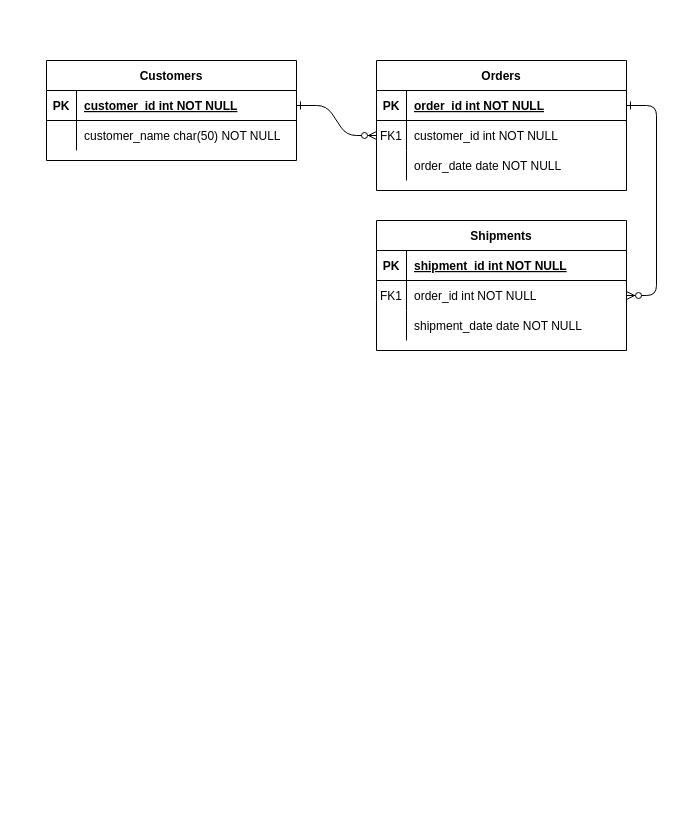
Before: CRM.drawio in ArunSelvaraj191/crm_draw.io, a draw.io diagram. Source tidied: cells renumbered, new cells numbered last; positions are measured from the earlier drawing's top-left corner, leaving out a move shared by most shapes. Both pictures are drawn from the tidied source at 100%, with x=0, y=0 at pixel (46, 60).
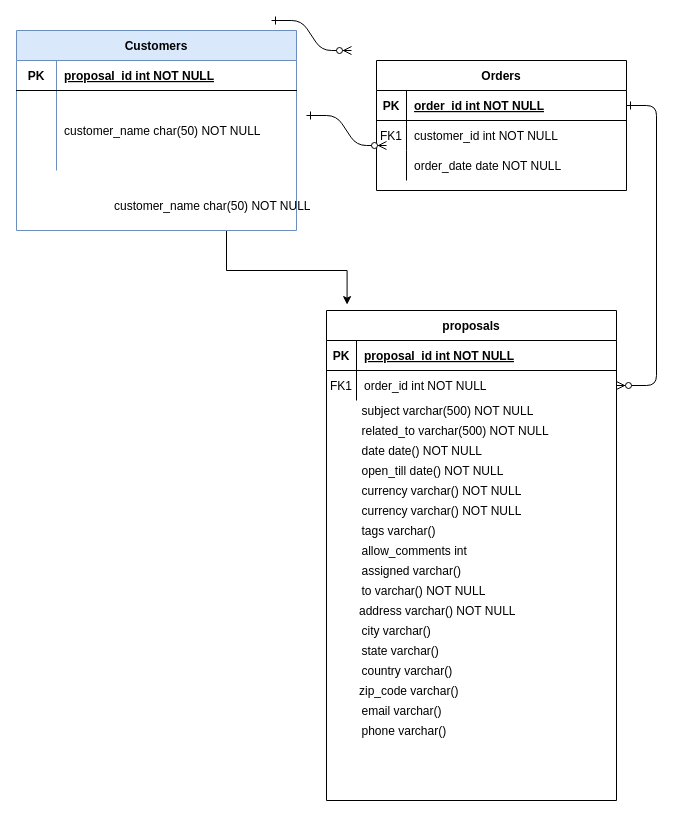
The same diagram, later.

Unchanged cells that the change refers to:
```xml
<mxCell id="5" style="shape=partialRectangle;fillColor=none;points=[[0,0.5],[1,0.5]];portConstraint=eastwest;top=0;left=0;right=0;bottom=1;" parent="4" vertex="1">
  <mxGeometry y="30" width="250" height="30" as="geometry" />
</mxCell>
<mxCell id="8" style="shape=partialRectangle;fillColor=none;points=[[0,0.5],[1,0.5]];portConstraint=eastwest;top=0;left=0;right=0;bottom=0;" parent="4" vertex="1">
  <mxGeometry y="60" width="250" height="30" as="geometry" />
</mxCell>
```

The edit, as a diff of the source:
```diff
@@
-    <mxCell id="2" style="edgeStyle=entityRelationEdgeStyle;endArrow=ERzeroToMany;startArrow=ERone;endFill=1;startFill=0;" parent="1" edge="1" source="25" target="8">
-      <mxGeometry relative="1" as="geometry" />
+    <mxCell id="2" style="edgeStyle=entityRelationEdgeStyle;endArrow=ERzeroToMany;startArrow=ERone;endFill=1;startFill=0;" parent="1" edge="1">
+      <mxGeometry relative="1" as="geometry">
+        <mxPoint x="225" y="-40" as="sourcePoint" />
+        <mxPoint x="305" y="-10" as="targetPoint" />
+      </mxGeometry>
     </mxCell>
     <mxCell id="3" style="edgeStyle=entityRelationEdgeStyle;endArrow=ERzeroToMany;startArrow=ERone;endFill=1;startFill=0;" parent="1" edge="1" source="5" target="18">
-      <mxGeometry relative="1" as="geometry" />
+      <mxGeometry relative="1" as="geometry">
+        <Array as="points">
+          <mxPoint x="630" y="120" />
+          <mxPoint x="570" y="140" />
+          <mxPoint x="660" y="140" />
+          <mxPoint x="620" y="40" />
+        </Array>
+      </mxGeometry>
     </mxCell>
@@
-    <mxCell id="14" value="Shipments" style="shape=table;startSize=30;childLayout=tableLayout;rowLines=0;fontStyle=1;align=center;" parent="1" vertex="1">
-      <mxGeometry x="330" y="160" width="250" height="130" as="geometry" />
+    <mxCell id="14" value="proposals" style="shape=table;startSize=30;childLayout=tableLayout;rowLines=0;fontStyle=1;align=center;" parent="1" vertex="1">
+      <mxGeometry x="280" y="250" width="290" height="490" as="geometry" />
     </mxCell>
     <mxCell id="15" style="shape=partialRectangle;fillColor=none;top=0;left=0;right=0;bottom=1;" parent="14" vertex="1">
-      <mxGeometry y="30" width="250" height="30" as="geometry" />
+      <mxGeometry y="30" width="290" height="30" as="geometry" />
     </mxCell>
@@
-    <mxCell id="17" value="shipment_id int NOT NULL " style="shape=partialRectangle;overflow=hidden;fillColor=none;top=0;left=0;bottom=0;right=0;align=left;spacingLeft=6;fontStyle=5;" parent="15" vertex="1">
-      <mxGeometry x="30" width="220" height="30" as="geometry" />
+    <mxCell id="17" value="proposal_id int NOT NULL " style="shape=partialRectangle;overflow=hidden;fillColor=none;top=0;left=0;bottom=0;right=0;align=left;spacingLeft=6;fontStyle=5;" parent="15" vertex="1">
+      <mxGeometry x="30" width="260" height="30" as="geometry" />
     </mxCell>
     <mxCell id="18" style="shape=partialRectangle;fillColor=none;points=[[0,0.5],[1,0.5]];portConstraint=eastwest;top=0;left=0;right=0;bottom=0;" parent="14" vertex="1">
-      <mxGeometry y="60" width="250" height="30" as="geometry" />
+      <mxGeometry y="60" width="290" height="30" as="geometry" />
     </mxCell>
@@
     <mxCell id="20" value="order_id int NOT NULL" style="shape=partialRectangle;overflow=hidden;fillColor=none;top=0;left=0;bottom=0;right=0;align=left;spacingLeft=6;" parent="18" vertex="1">
-      <mxGeometry x="30" width="220" height="30" as="geometry" />
+      <mxGeometry x="30" width="260" height="30" as="geometry" />
     </mxCell>
-    <mxCell id="21" style="shape=partialRectangle;fillColor=none;top=0;left=0;right=0;bottom=0;" parent="14" vertex="1">
-      <mxGeometry y="90" width="250" height="30" as="geometry" />
-    </mxCell>
-    <mxCell id="22" style="shape=partialRectangle;overflow=hidden;fillColor=none;top=0;left=0;bottom=0;right=0;" parent="21" vertex="1">
-      <mxGeometry width="30" height="30" as="geometry" />
-    </mxCell>
-    <mxCell id="23" value="shipment_date date NOT NULL" style="shape=partialRectangle;overflow=hidden;fillColor=none;top=0;left=0;bottom=0;right=0;align=left;spacingLeft=6;" parent="21" vertex="1">
-      <mxGeometry x="30" width="220" height="30" as="geometry" />
-    </mxCell>
+    <mxCell id="31" style="edgeStyle=orthogonalEdgeStyle;rounded=0;jettySize=auto;html=1;exitX=0.75;exitY=1;exitDx=0;exitDy=0;entryX=0.071;entryY=-0.012;entryDx=0;entryDy=0;entryPerimeter=0;" parent="1" edge="1" source="24" target="14">
+      <mxGeometry relative="1" as="geometry" />
+    </mxCell>
+    <mxCell id="32" style="edgeStyle=entityRelationEdgeStyle;endArrow=ERzeroToMany;startArrow=ERone;endFill=1;startFill=0;" parent="1" edge="1">
+      <mxGeometry relative="1" as="geometry">
+        <mxPoint x="260" y="55" as="sourcePoint" />
+        <mxPoint x="340" y="85" as="targetPoint" />
+        <Array as="points">
+          <mxPoint x="270" y="90" />
+        </Array>
+      </mxGeometry>
+    </mxCell>
-    <mxCell id="24" value="Customers" style="shape=table;startSize=30;childLayout=tableLayout;rowLines=0;fontStyle=1;align=center;" parent="1" vertex="1">
-      <mxGeometry width="250" height="100" as="geometry" />
+    <mxCell id="24" value="Customers" style="shape=table;startSize=30;childLayout=tableLayout;rowLines=0;fontStyle=1;align=center;fillColor=#dae8fc;strokeColor=#6c8ebf;" parent="1" vertex="1">
+      <mxGeometry x="-30" y="-30" width="280" height="200" as="geometry" />
     </mxCell>
     <mxCell id="25" style="shape=partialRectangle;fillColor=none;points=[[0,0.5],[1,0.5]];portConstraint=eastwest;top=0;left=0;right=0;bottom=1;" parent="24" vertex="1">
-      <mxGeometry y="30" width="250" height="30" as="geometry" />
+      <mxGeometry y="30" width="280" height="30" as="geometry" />
     </mxCell>
     <mxCell id="26" value="PK" style="shape=partialRectangle;overflow=hidden;fillColor=none;top=0;left=0;bottom=0;right=0;fontStyle=1;" parent="25" vertex="1">
-      <mxGeometry width="30" height="30" as="geometry" />
+      <mxGeometry width="40" height="30" as="geometry" />
     </mxCell>
-    <mxCell id="27" value="customer_id int NOT NULL " style="shape=partialRectangle;overflow=hidden;fillColor=none;top=0;left=0;bottom=0;right=0;align=left;spacingLeft=6;fontStyle=5;" parent="25" vertex="1">
-      <mxGeometry x="30" width="220" height="30" as="geometry" />
+    <mxCell id="27" value="proposal_id int NOT NULL " style="shape=partialRectangle;overflow=hidden;fillColor=none;top=0;left=0;bottom=0;right=0;align=left;spacingLeft=6;fontStyle=5;" parent="25" vertex="1">
+      <mxGeometry x="40" width="240" height="30" as="geometry" />
     </mxCell>
     <mxCell id="28" style="shape=partialRectangle;fillColor=none;top=0;left=0;right=0;bottom=0;" parent="24" vertex="1">
-      <mxGeometry y="60" width="250" height="30" as="geometry" />
+      <mxGeometry y="60" width="280" height="80" as="geometry" />
     </mxCell>
     <mxCell id="29" style="shape=partialRectangle;overflow=hidden;fillColor=none;top=0;left=0;bottom=0;right=0;" parent="28" vertex="1">
-      <mxGeometry width="30" height="30" as="geometry" />
+      <mxGeometry width="40" height="80" as="geometry" />
     </mxCell>
     <mxCell id="30" value="customer_name char(50) NOT NULL" style="shape=partialRectangle;overflow=hidden;fillColor=none;top=0;left=0;bottom=0;right=0;align=left;spacingLeft=6;" parent="28" vertex="1">
-      <mxGeometry x="30" width="220" height="30" as="geometry" />
+      <mxGeometry x="40" width="240" height="80" as="geometry" />
     </mxCell>
+    <mxCell id="33" value="customer_name char(50) NOT NULL" style="shape=partialRectangle;overflow=hidden;fillColor=none;top=0;left=0;bottom=0;right=0;align=left;spacingLeft=6;" parent="1" vertex="1">
+      <mxGeometry x="60" y="130" width="220" height="30" as="geometry" />
+    </mxCell>
+    <mxCell id="34" value="subject varchar(500) NOT NULL" style="shape=partialRectangle;overflow=hidden;fillColor=none;top=0;left=0;bottom=0;right=0;align=left;spacingLeft=6;" parent="1" vertex="1">
+      <mxGeometry x="307.5" y="340" width="235" height="20" as="geometry" />
+    </mxCell>
+    <mxCell id="35" value="related_to varchar(500) NOT NULL" style="shape=partialRectangle;overflow=hidden;fillColor=none;top=0;left=0;bottom=0;right=0;align=left;spacingLeft=6;" parent="1" vertex="1">
+      <mxGeometry x="307.5" y="360" width="235" height="20" as="geometry" />
+    </mxCell>
+    <mxCell id="36" value="date date() NOT NULL" style="shape=partialRectangle;overflow=hidden;fillColor=none;top=0;left=0;bottom=0;right=0;align=left;spacingLeft=6;" parent="1" vertex="1">
+      <mxGeometry x="307.5" y="380" width="235" height="20" as="geometry" />
+    </mxCell>
+    <mxCell id="37" value="open_till date() NOT NULL" style="shape=partialRectangle;overflow=hidden;fillColor=none;top=0;left=0;bottom=0;right=0;align=left;spacingLeft=6;" parent="1" vertex="1">
+      <mxGeometry x="307.5" y="400" width="235" height="20" as="geometry" />
+    </mxCell>
+    <mxCell id="38" value="currency varchar() NOT NULL" style="shape=partialRectangle;overflow=hidden;fillColor=none;top=0;left=0;bottom=0;right=0;align=left;spacingLeft=6;" parent="1" vertex="1">
+      <mxGeometry x="307.5" y="420" width="235" height="20" as="geometry" />
+    </mxCell>
+    <mxCell id="39" value="currency varchar() NOT NULL" style="shape=partialRectangle;overflow=hidden;fillColor=none;top=0;left=0;bottom=0;right=0;align=left;spacingLeft=6;" parent="1" vertex="1">
+      <mxGeometry x="307.5" y="440" width="235" height="20" as="geometry" />
+    </mxCell>
+    <mxCell id="40" value="tags varchar() " style="shape=partialRectangle;overflow=hidden;fillColor=none;top=0;left=0;bottom=0;right=0;align=left;spacingLeft=6;" parent="1" vertex="1">
+      <mxGeometry x="307.5" y="460" width="235" height="20" as="geometry" />
+    </mxCell>
+    <mxCell id="41" value="allow_comments int " style="shape=partialRectangle;overflow=hidden;fillColor=none;top=0;left=0;bottom=0;right=0;align=left;spacingLeft=6;" parent="1" vertex="1">
+      <mxGeometry x="307.5" y="480" width="235" height="20" as="geometry" />
+    </mxCell>
+    <mxCell id="42" value="assigned varchar()" style="shape=partialRectangle;overflow=hidden;fillColor=none;top=0;left=0;bottom=0;right=0;align=left;spacingLeft=6;" parent="1" vertex="1">
+      <mxGeometry x="307.5" y="500" width="235" height="20" as="geometry" />
+    </mxCell>
+    <mxCell id="43" value="to varchar() NOT NULL" style="shape=partialRectangle;overflow=hidden;fillColor=none;top=0;left=0;bottom=0;right=0;align=left;spacingLeft=6;" parent="1" vertex="1">
+      <mxGeometry x="307.5" y="520" width="235" height="20" as="geometry" />
+    </mxCell>
+    <mxCell id="44" value="address varchar() NOT NULL" style="shape=partialRectangle;overflow=hidden;fillColor=none;top=0;left=0;bottom=0;right=0;align=left;spacingLeft=6;" parent="1" vertex="1">
+      <mxGeometry x="305" y="540" width="235" height="20" as="geometry" />
+    </mxCell>
+    <mxCell id="45" value="city varchar()" style="shape=partialRectangle;overflow=hidden;fillColor=none;top=0;left=0;bottom=0;right=0;align=left;spacingLeft=6;" parent="1" vertex="1">
+      <mxGeometry x="307.5" y="560" width="235" height="20" as="geometry" />
+    </mxCell>
+    <mxCell id="46" value="state varchar()" style="shape=partialRectangle;overflow=hidden;fillColor=none;top=0;left=0;bottom=0;right=0;align=left;spacingLeft=6;" parent="1" vertex="1">
+      <mxGeometry x="307.5" y="580" width="235" height="20" as="geometry" />
+    </mxCell>
+    <mxCell id="47" value="country varchar() " style="shape=partialRectangle;overflow=hidden;fillColor=none;top=0;left=0;bottom=0;right=0;align=left;spacingLeft=6;" parent="1" vertex="1">
+      <mxGeometry x="307.5" y="600" width="235" height="20" as="geometry" />
+    </mxCell>
+    <mxCell id="48" value="zip_code varchar() " style="shape=partialRectangle;overflow=hidden;fillColor=none;top=0;left=0;bottom=0;right=0;align=left;spacingLeft=6;" parent="1" vertex="1">
+      <mxGeometry x="305" y="620" width="235" height="20" as="geometry" />
+    </mxCell>
+    <mxCell id="49" value="email varchar() " style="shape=partialRectangle;overflow=hidden;fillColor=none;top=0;left=0;bottom=0;right=0;align=left;spacingLeft=6;" parent="1" vertex="1">
+      <mxGeometry x="307.5" y="640" width="235" height="20" as="geometry" />
+    </mxCell>
+    <mxCell id="50" value="phone varchar() " style="shape=partialRectangle;overflow=hidden;fillColor=none;top=0;left=0;bottom=0;right=0;align=left;spacingLeft=6;" parent="1" vertex="1">
+      <mxGeometry x="307.5" y="660" width="235" height="20" as="geometry" />
+    </mxCell>
```
